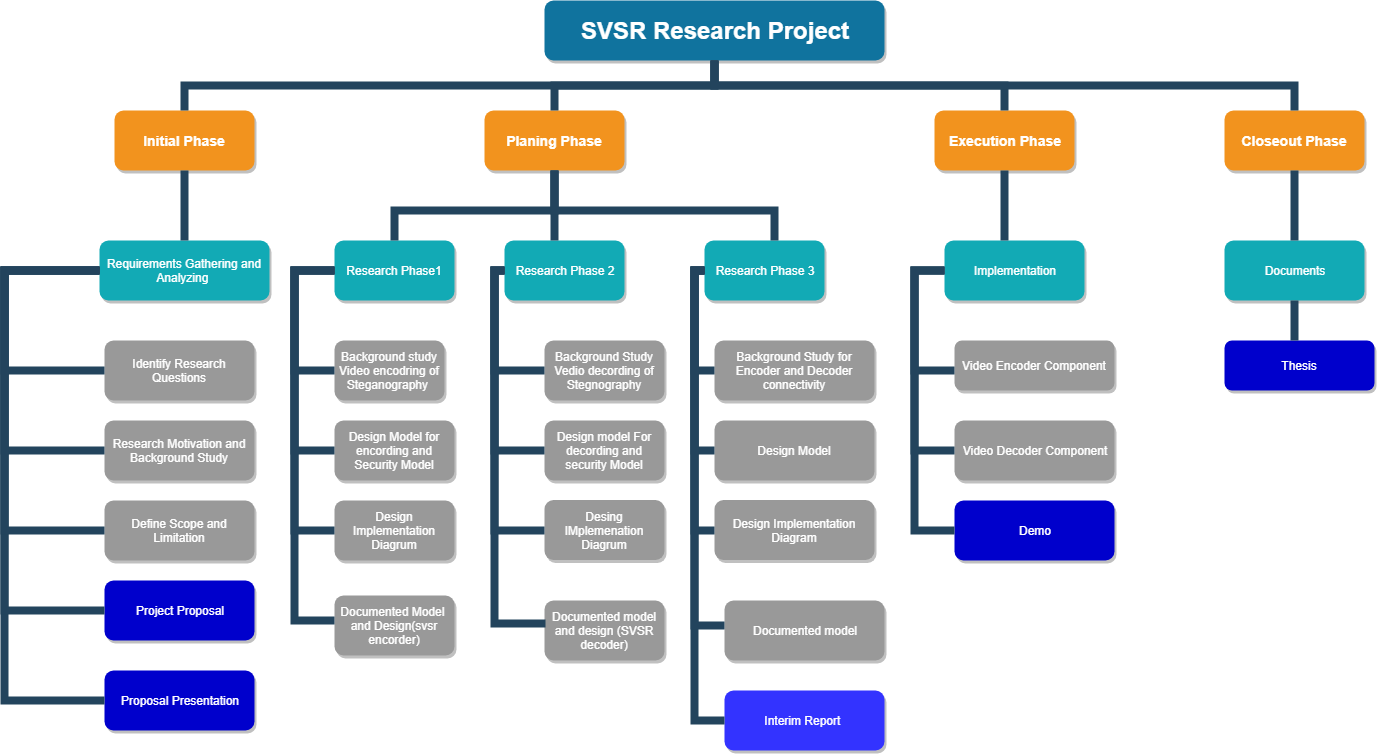
Above: wbc_Svsr.png in umayanga123/svsr_diagrums (draw.io), before the change. Source tidied: cells renumbered, new cells last; positions are measured from the earlier drawing's top-left corner, leaving out a move shared by most shapes.
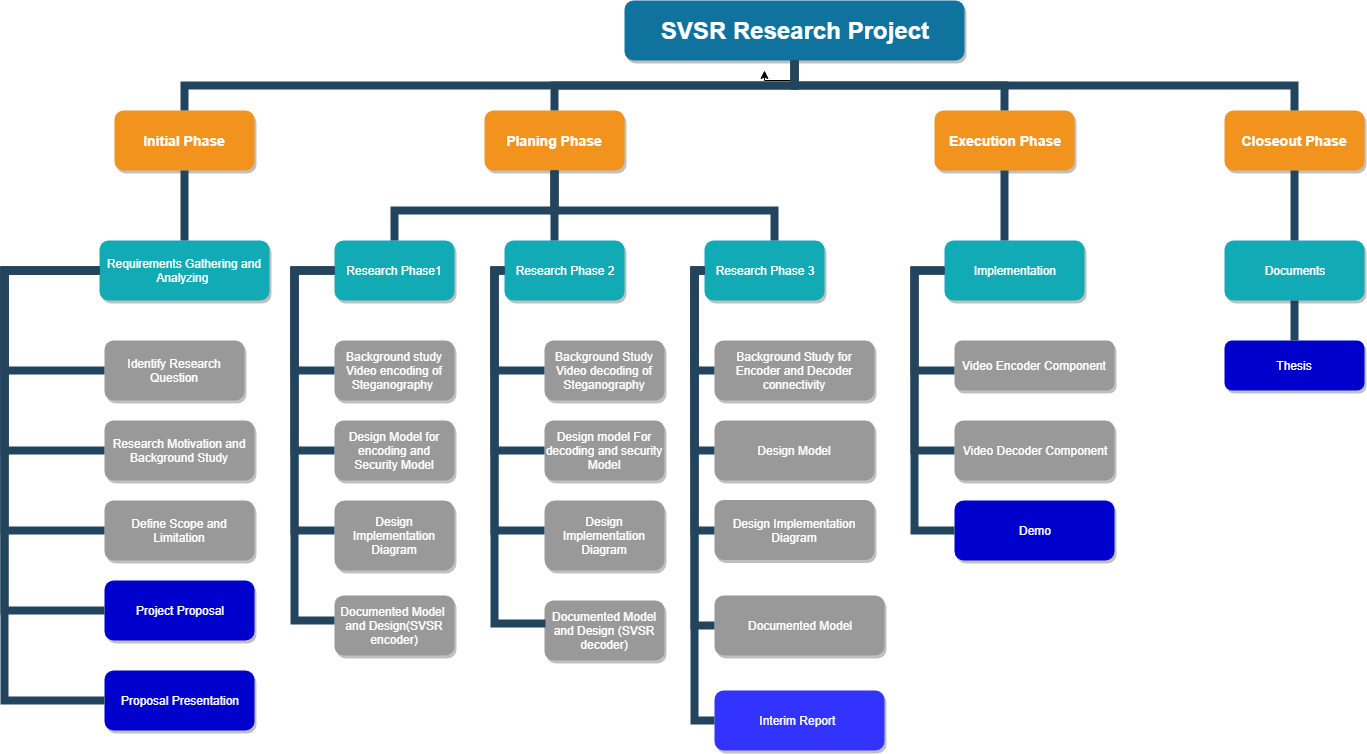
The same file after the commit.

Change to the diagram source:
```diff
@@ -2,8 +2,13 @@
   <root>
     <mxCell id="0" />
     <mxCell id="1" parent="0" />
+    <mxCell id="67" style="edgeStyle=orthogonalEdgeStyle;rounded=0;jettySize=auto;html=1;" parent="1" edge="1" source="2">
+      <mxGeometry relative="1" as="geometry">
+        <mxPoint x="760" y="70" as="targetPoint" />
+      </mxGeometry>
+    </mxCell>
     <mxCell id="2" value="SVSR Research Project" style="whiteSpace=wrap;rounded=1;shadow=1;fillColor=#10739E;strokeColor=none;fontColor=#FFFFFF;fontStyle=1;fontSize=24;" parent="1" vertex="1">
-      <mxGeometry x="540" width="340" height="60" as="geometry" />
+      <mxGeometry x="620" width="340" height="60" as="geometry" />
     </mxCell>
     <mxCell id="3" value="Initial Phase" style="whiteSpace=wrap;rounded=1;fillColor=#F2931E;strokeColor=none;shadow=1;fontColor=#FFFFFF;fontStyle=1;fontSize=14;" parent="1" vertex="1">
       <mxGeometry x="110" y="110" width="140" height="60" as="geometry" />
@@ -20,8 +25,8 @@
     <mxCell id="7" value="Requirements Gathering and Analyzing " style="whiteSpace=wrap;rounded=1;fillColor=#12AAB5;strokeColor=none;shadow=1;fontColor=#FFFFFF;" parent="1" vertex="1">
       <mxGeometry x="95" y="240" width="170" height="60" as="geometry" />
     </mxCell>
-    <mxCell id="8" value="Identify Research Questions" style="whiteSpace=wrap;rounded=1;fillColor=#999999;strokeColor=none;shadow=1;fontColor=#FFFFFF;fontStyle=0;" parent="1" vertex="1">
-      <mxGeometry x="100" y="340" width="150" height="60" as="geometry" />
+    <mxCell id="8" value="Identify Research Question" style="whiteSpace=wrap;rounded=1;fillColor=#999999;strokeColor=none;shadow=1;fontColor=#FFFFFF;fontStyle=0;" parent="1" vertex="1">
+      <mxGeometry x="100" y="340" width="140" height="60" as="geometry" />
     </mxCell>
     <mxCell id="9" value="Research Motivation and Background Study" style="whiteSpace=wrap;rounded=1;fillColor=#999999;strokeColor=none;shadow=1;fontColor=#FFFFFF;fontStyle=0;" parent="1" vertex="1">
       <mxGeometry x="100" y="420" width="150" height="60" as="geometry" />
@@ -41,28 +46,28 @@
     <mxCell id="14" value="Research Phase 2" style="whiteSpace=wrap;rounded=1;fillColor=#12AAB5;strokeColor=none;shadow=1;fontColor=#FFFFFF;" parent="1" vertex="1">
       <mxGeometry x="500" y="240" width="120" height="60" as="geometry" />
     </mxCell>
-    <mxCell id="15" value="Background study Video encodring of Steganography " style="whiteSpace=wrap;rounded=1;fillColor=#999999;strokeColor=none;shadow=1;fontColor=#FFFFFF;fontStyle=0;" parent="1" vertex="1">
-      <mxGeometry x="330" y="340" width="110" height="60" as="geometry" />
+    <mxCell id="15" value="Background study Video encoding of Steganography " style="whiteSpace=wrap;rounded=1;fillColor=#999999;strokeColor=none;shadow=1;fontColor=#FFFFFF;fontStyle=0;" parent="1" vertex="1">
+      <mxGeometry x="330" y="340" width="120" height="60" as="geometry" />
     </mxCell>
-    <mxCell id="16" value="Design Model for encording and Security Model" style="whiteSpace=wrap;rounded=1;fillColor=#999999;strokeColor=none;shadow=1;fontColor=#FFFFFF;fontStyle=0;" parent="1" vertex="1">
+    <mxCell id="16" value="Design Model for encoding and Security Model" style="whiteSpace=wrap;rounded=1;fillColor=#999999;strokeColor=none;shadow=1;fontColor=#FFFFFF;fontStyle=0;" parent="1" vertex="1">
       <mxGeometry x="330" y="420" width="120" height="60" as="geometry" />
     </mxCell>
-    <mxCell id="17" value="Design Implementation Diagrum" style="whiteSpace=wrap;rounded=1;fillColor=#999999;strokeColor=none;shadow=1;fontColor=#FFFFFF;fontStyle=0;" parent="1" vertex="1">
-      <mxGeometry x="330" y="500" width="120" height="60" as="geometry" />
+    <mxCell id="17" value="Design Implementation Diagram" style="whiteSpace=wrap;rounded=1;fillColor=#999999;strokeColor=none;shadow=1;fontColor=#FFFFFF;fontStyle=0;" parent="1" vertex="1">
+      <mxGeometry x="330" y="500" width="120" height="70" as="geometry" />
     </mxCell>
-    <mxCell id="18" value="Documented Model  and Design(svsr encorder)" style="whiteSpace=wrap;rounded=1;fillColor=#999999;strokeColor=none;shadow=1;fontColor=#FFFFFF;fontStyle=0;" parent="1" vertex="1">
+    <mxCell id="18" value="Documented Model  and Design(SVSR encoder)" style="whiteSpace=wrap;rounded=1;fillColor=#999999;strokeColor=none;shadow=1;fontColor=#FFFFFF;fontStyle=0;" parent="1" vertex="1">
       <mxGeometry x="330" y="595" width="120" height="60" as="geometry" />
     </mxCell>
-    <mxCell id="19" value="Background Study Vedio decording of Stegnography" style="whiteSpace=wrap;rounded=1;fillColor=#999999;strokeColor=none;shadow=1;fontColor=#FFFFFF;fontStyle=0;" parent="1" vertex="1">
+    <mxCell id="19" value="Background Study Video decoding of Steganography" style="whiteSpace=wrap;rounded=1;fillColor=#999999;strokeColor=none;shadow=1;fontColor=#FFFFFF;fontStyle=0;" parent="1" vertex="1">
       <mxGeometry x="540" y="340" width="120" height="60" as="geometry" />
     </mxCell>
-    <mxCell id="20" value="Design model For decording and security Model" style="whiteSpace=wrap;rounded=1;fillColor=#999999;strokeColor=none;shadow=1;fontColor=#FFFFFF;fontStyle=0;" parent="1" vertex="1">
+    <mxCell id="20" value="Design model For decoding and security Model" style="whiteSpace=wrap;rounded=1;fillColor=#999999;strokeColor=none;shadow=1;fontColor=#FFFFFF;fontStyle=0;" parent="1" vertex="1">
       <mxGeometry x="540" y="420" width="120" height="60" as="geometry" />
     </mxCell>
-    <mxCell id="21" value="Desing IMplemenation Diagrum" style="whiteSpace=wrap;rounded=1;fillColor=#999999;strokeColor=none;shadow=1;fontColor=#FFFFFF;fontStyle=0;" parent="1" vertex="1">
-      <mxGeometry x="540" y="499.5" width="120" height="60" as="geometry" />
+    <mxCell id="21" value="Design Implementation Diagram" style="whiteSpace=wrap;rounded=1;fillColor=#999999;strokeColor=none;shadow=1;fontColor=#FFFFFF;fontStyle=0;" parent="1" vertex="1">
+      <mxGeometry x="540" y="500" width="120" height="70" as="geometry" />
     </mxCell>
-    <mxCell id="22" value="Documented model and design (SVSR decoder)" style="whiteSpace=wrap;rounded=1;fillColor=#999999;strokeColor=none;shadow=1;fontColor=#FFFFFF;fontStyle=0;" parent="1" vertex="1">
+    <mxCell id="22" value="Documented Model and Design (SVSR decoder)" style="whiteSpace=wrap;rounded=1;fillColor=#999999;strokeColor=none;shadow=1;fontColor=#FFFFFF;fontStyle=0;" parent="1" vertex="1">
       <mxGeometry x="540" y="600" width="120" height="60" as="geometry" />
     </mxCell>
     <mxCell id="23" style="edgeStyle=elbowEdgeStyle;elbow=vertical;rounded=0;fontColor=#000000;endArrow=none;endFill=0;strokeWidth=8;strokeColor=#23445D;" parent="1" edge="1" source="3" target="7">
@@ -226,11 +231,11 @@
     <mxCell id="43" value="Design Implementation Diagram" style="whiteSpace=wrap;rounded=1;fillColor=#999999;strokeColor=none;shadow=1;fontColor=#FFFFFF;fontStyle=0;" parent="1" vertex="1">
       <mxGeometry x="710" y="499.5" width="160" height="60" as="geometry" />
     </mxCell>
-    <mxCell id="44" value="Documented model" style="whiteSpace=wrap;rounded=1;fillColor=#999999;strokeColor=none;shadow=1;fontColor=#FFFFFF;fontStyle=0;" parent="1" vertex="1">
-      <mxGeometry x="720" y="600" width="160" height="60" as="geometry" />
+    <mxCell id="44" value="Documented Model" style="whiteSpace=wrap;rounded=1;fillColor=#999999;strokeColor=none;shadow=1;fontColor=#FFFFFF;fontStyle=0;" parent="1" vertex="1">
+      <mxGeometry x="710" y="595" width="170" height="60" as="geometry" />
     </mxCell>
     <mxCell id="45" value="Interim Report " style="whiteSpace=wrap;rounded=1;fillColor=#3333FF;strokeColor=none;shadow=1;fontColor=#FFFFFF;fontStyle=0;" parent="1" vertex="1">
-      <mxGeometry x="720" y="690" width="160" height="60" as="geometry" />
+      <mxGeometry x="710" y="690" width="170" height="60" as="geometry" />
     </mxCell>
     <mxCell id="46" value="Video Encoder Component" style="whiteSpace=wrap;rounded=1;fillColor=#999999;strokeColor=none;shadow=1;fontColor=#FFFFFF;fontStyle=0;" parent="1" vertex="1">
       <mxGeometry x="950" y="340" width="160" height="50" as="geometry" />
@@ -259,7 +264,7 @@
     </mxCell>
     <mxCell id="51" style="edgeStyle=elbowEdgeStyle;elbow=horizontal;rounded=0;fontColor=#000000;endArrow=none;endFill=0;strokeWidth=8;strokeColor=#23445D;" parent="1" edge="1" source="39">
       <mxGeometry relative="1" as="geometry">
-        <mxPoint x="720" y="720" as="targetPoint" />
+        <mxPoint x="710" y="720" as="targetPoint" />
         <Array as="points">
           <mxPoint x="690" y="340" />
           <mxPoint x="740" y="270" />
@@ -341,7 +346,7 @@
     <mxCell id="62" style="edgeStyle=elbowEdgeStyle;elbow=horizontal;rounded=0;fontColor=#000000;endArrow=none;endFill=0;strokeWidth=8;strokeColor=#23445D;" parent="1" edge="1">
       <mxGeometry relative="1" as="geometry">
         <mxPoint x="700" y="270" as="sourcePoint" />
-        <mxPoint x="720" y="625" as="targetPoint" />
+        <mxPoint x="710" y="625" as="targetPoint" />
         <Array as="points">
           <mxPoint x="690" y="380" />
           <mxPoint x="840" y="320" />
@@ -362,7 +367,7 @@
       </mxGeometry>
     </mxCell>
     <mxCell id="65" value="Thesis" style="whiteSpace=wrap;rounded=1;fillColor=#0000CC;strokeColor=none;shadow=1;fontColor=#FFFFFF;fontStyle=0;" parent="1" vertex="1">
-      <mxGeometry x="1220" y="340" width="150" height="50" as="geometry" />
+      <mxGeometry x="1220" y="340" width="140" height="50" as="geometry" />
     </mxCell>
     <mxCell id="66" style="edgeStyle=elbowEdgeStyle;elbow=vertical;rounded=0;fontColor=#000000;endArrow=none;endFill=0;strokeWidth=8;strokeColor=#23445D;entryX=0.5;entryY=1;entryDx=0;entryDy=0;" parent="1" edge="1" source="65" target="63">
       <mxGeometry relative="1" as="geometry">
```
